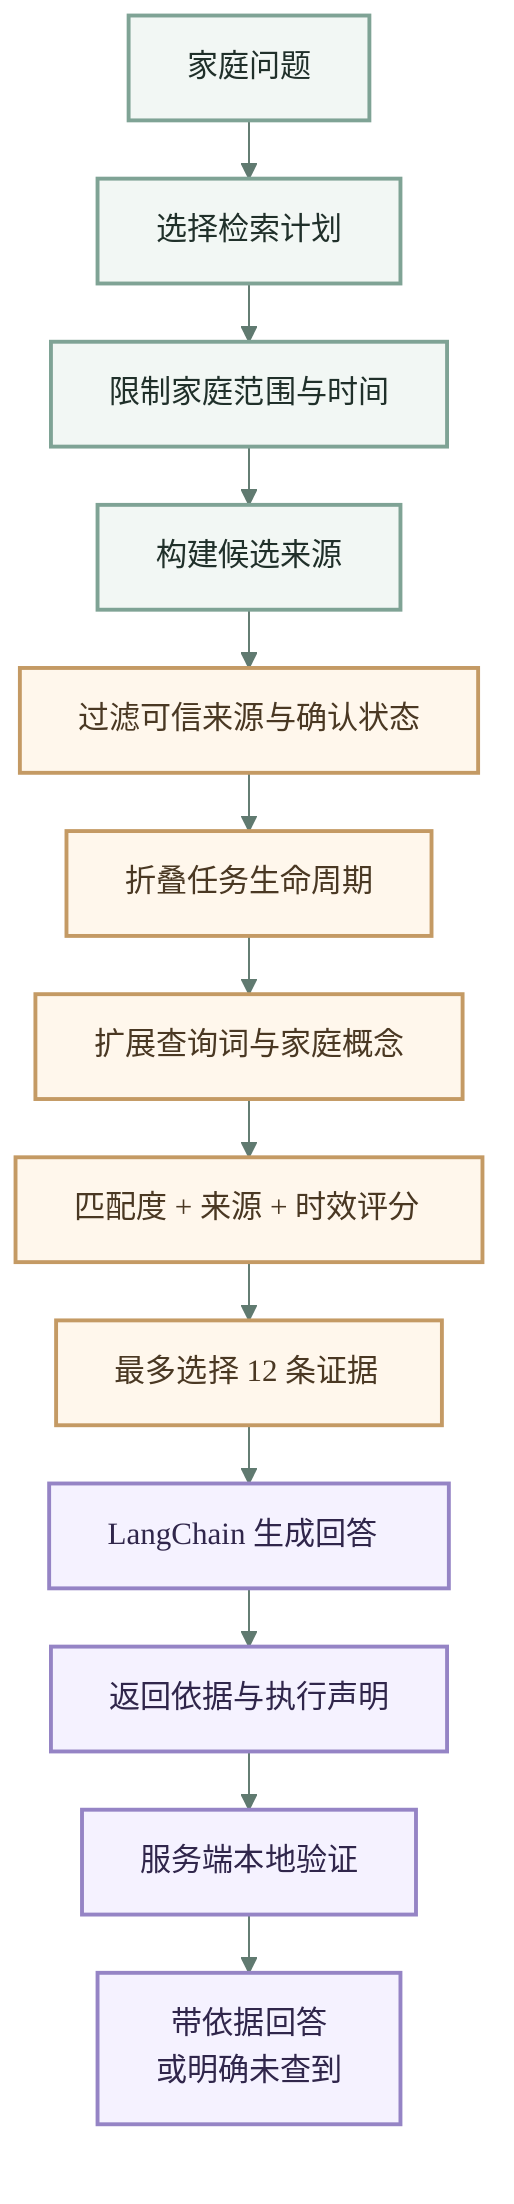
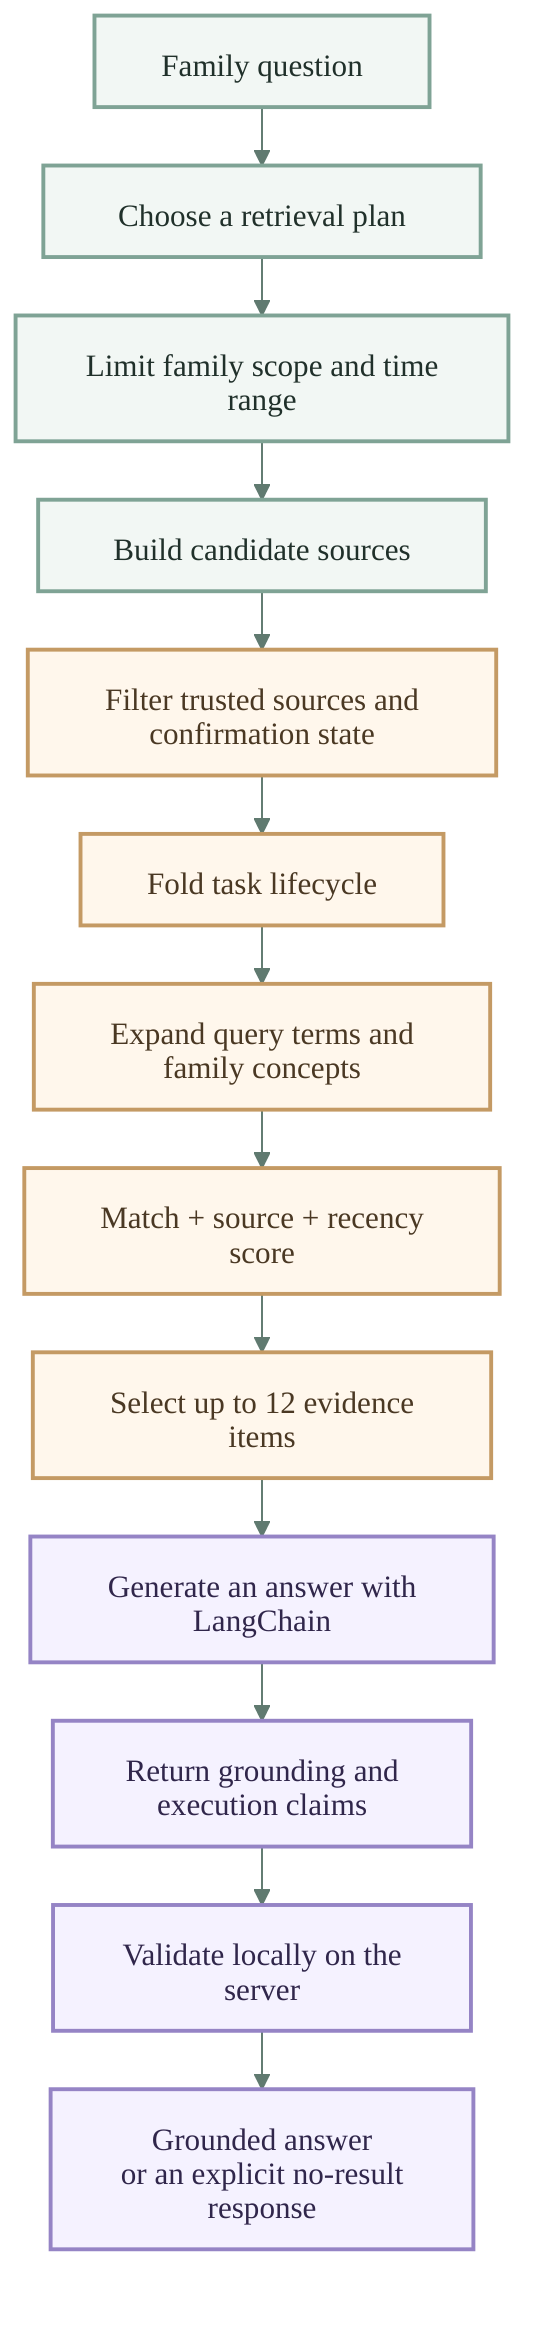
- %%{init: {"theme": "base", "themeVariables": {"fontFamily": "system-ui, sans-serif", "primaryColor": "#F2F7F4", "primaryTextColor": "#20302A", "primaryBorderColor": "#7FA395", "lineColor": "#607A70", "secondaryColor": "#FFF7EC", "tertiaryColor": "#F5F2FF"}, "flowchart": {"curve": "basis", "nodeSpacing": 24, "rankSpacing": 30}}}%%
+ %%{init: {"theme": "base", "htmlLabels": false, "themeVariables": {"fontFamily": "Arial, sans-serif", "primaryColor": "#F2F7F4", "primaryTextColor": "#20302A", "primaryBorderColor": "#7FA395", "lineColor": "#607A70", "secondaryColor": "#FFF7EC", "tertiaryColor": "#F5F2FF"}, "flowchart": {"curve": "basis", "nodeSpacing": 24, "rankSpacing": 30, "htmlLabels": false}}}%%
flowchart TB
-   Q["家庭问题"] --> PLAN["选择检索计划"]
-   PLAN --> SCOPE["限制家庭范围与时间"]
-   SCOPE --> SOURCE["构建候选来源"]
-   SOURCE --> TRUST["过滤可信来源与确认状态"]
-   TRUST --> FOLD["折叠任务生命周期"]
-   FOLD --> TERMS["扩展查询词与家庭概念"]
-   TERMS --> SCORE["匹配度 + 来源 + 时效评分"]
-   SCORE --> TOP["最多选择 12 条证据"]
-   TOP --> LLM["LangChain 生成回答"]
-   LLM --> CONTRACT["返回依据与执行声明"]
-   CONTRACT --> VERIFY["服务端本地验证"]
-   VERIFY --> ANSWER["带依据回答<br/>或明确未查到"]
+   Q["Family question"] --> PLAN["Choose a retrieval plan"]
+   PLAN --> SCOPE["Limit family scope and time range"]
+   SCOPE --> SOURCE["Build candidate sources"]
+   SOURCE --> TRUST["Filter trusted sources and confirmation state"]
+   TRUST --> FOLD["Fold task lifecycle"]
+   FOLD --> TERMS["Expand query terms and family concepts"]
+   TERMS --> SCORE["Match + source + recency score"]
+   SCORE --> TOP["Select up to 12 evidence items"]
+   TOP --> LLM["Generate an answer with LangChain"]
+   LLM --> CONTRACT["Return grounding and execution claims"]
+   CONTRACT --> VERIFY["Validate locally on the server"]
+   VERIFY --> ANSWER["Grounded answer<br/>or an explicit no-result response"]

  classDef source fill:#F2F7F4,stroke:#7FA395,color:#20302A,stroke-width:2px;
  classDef filter fill:#FFF7EC,stroke:#C49A64,color:#4A3823,stroke-width:2px;
  classDef answer fill:#F5F2FF,stroke:#9584C5,color:#30264B,stroke-width:2px;
  class Q,PLAN,SCOPE,SOURCE source;
  class TRUST,FOLD,TERMS,SCORE,TOP filter;
  class LLM,CONTRACT,VERIFY,ANSWER answer;
